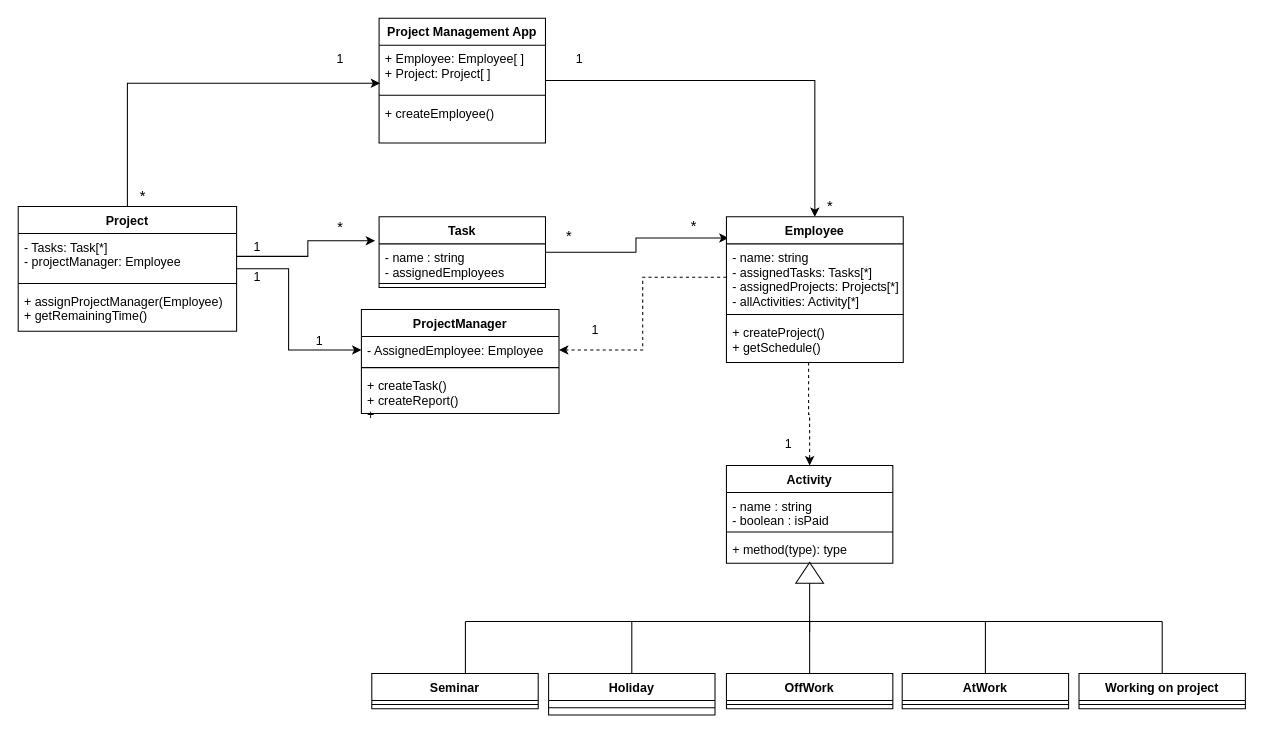
Earlier version of the draw.io diagram Documentation, figures, etc/Class diagram.drawio (s204475/SoftwareEngineering02161). Source tidied: cells renumbered, new cells numbered last; positions are measured from the earlier drawing's top-left corner, leaving out a move shared by most shapes. Both pictures are drawn from the tidied source at 104%, with x=0, y=0 at pixel (18, 18).
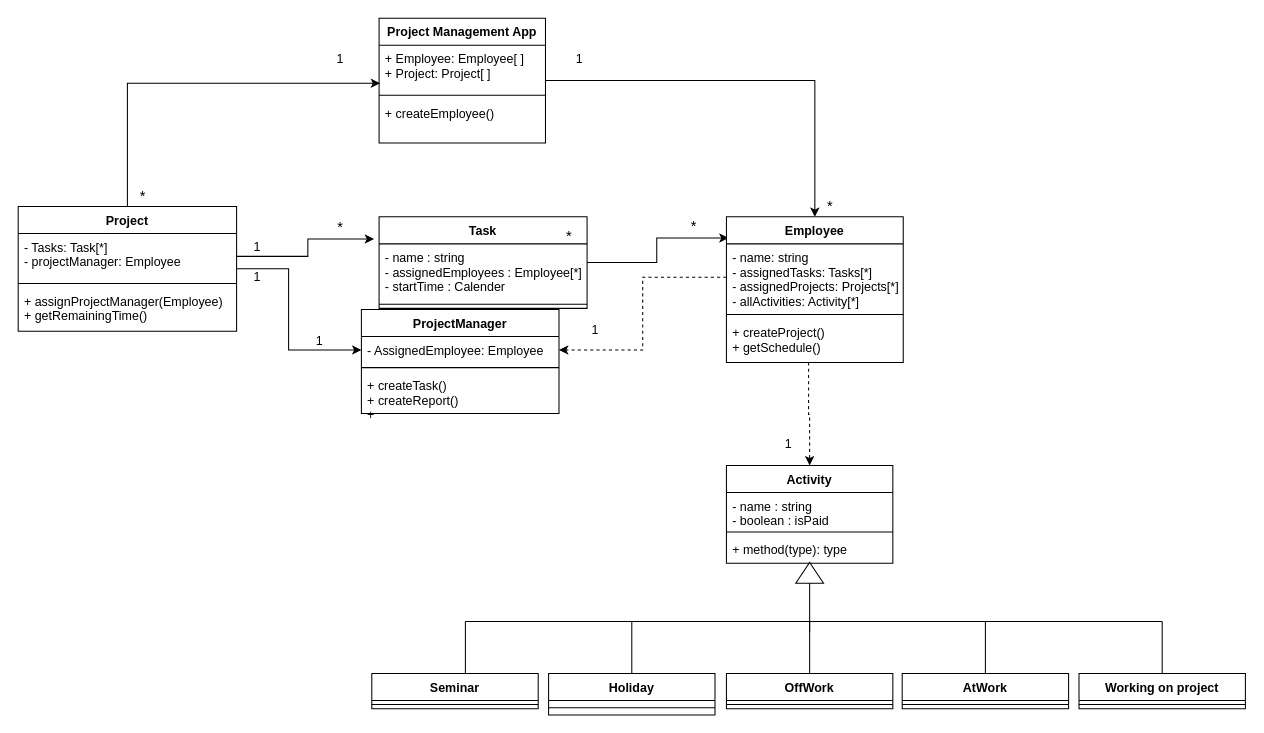
The same page after the edit.

Diff of the diagram source:
```diff
@@
     <mxCell id="22" value="Task" style="swimlane;fontStyle=1;align=center;verticalAlign=top;horizontal=1;startSize=26;" parent="1" vertex="1">
-      <mxGeometry x="347" y="191" width="160" height="68" as="geometry" />
+      <mxGeometry x="347" y="191" width="200" height="88" as="geometry" />
     </mxCell>
-    <mxCell id="23" value="- name : string&#10;- assignedEmployees" style="text;strokeColor=none;fillColor=none;align=left;verticalAlign=top;spacingLeft=4;spacingRight=4;overflow=hidden;points=[[0,0.5],[1,0.5]];portConstraint=eastwest;" parent="22" vertex="1">
-      <mxGeometry y="26" width="160" height="34" as="geometry" />
+    <mxCell id="23" value="- name : string&#10;- assignedEmployees : Employee[*]&#10;- startTime : Calender" style="text;strokeColor=none;fillColor=none;align=left;verticalAlign=top;spacingLeft=4;spacingRight=4;overflow=hidden;points=[[0,0.5],[1,0.5]];portConstraint=eastwest;" parent="22" vertex="1">
+      <mxGeometry y="26" width="200" height="54" as="geometry" />
     </mxCell>
     <mxCell id="24" style="line;strokeWidth=1;fillColor=none;align=left;verticalAlign=middle;spacingTop=-1;spacingLeft=3;spacingRight=3;labelPosition=right;" parent="22" vertex="1">
-      <mxGeometry y="60" width="160" height="8" as="geometry" />
+      <mxGeometry y="80" width="200" height="8" as="geometry" />
     </mxCell>
```
